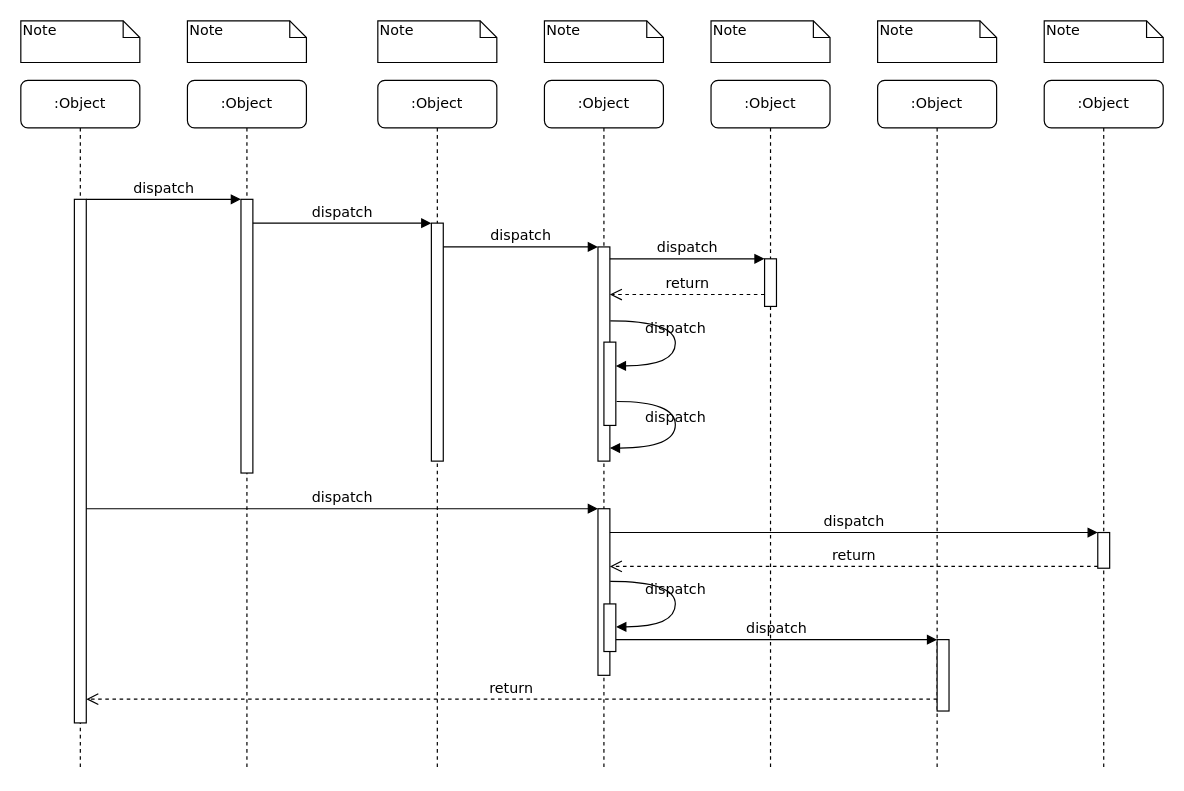
tylermackay96/Coding-Rooms keeps this draw.io diagram as Sequence Diagram.drawio. Above is the earlier version. Source tidied: cells renumbered, new cells numbered last; positions are measured from the earlier drawing's top-left corner, leaving out a move shared by most shapes. Both pictures are drawn from the tidied source at 119%, with x=0, y=0 at pixel (20, 20).
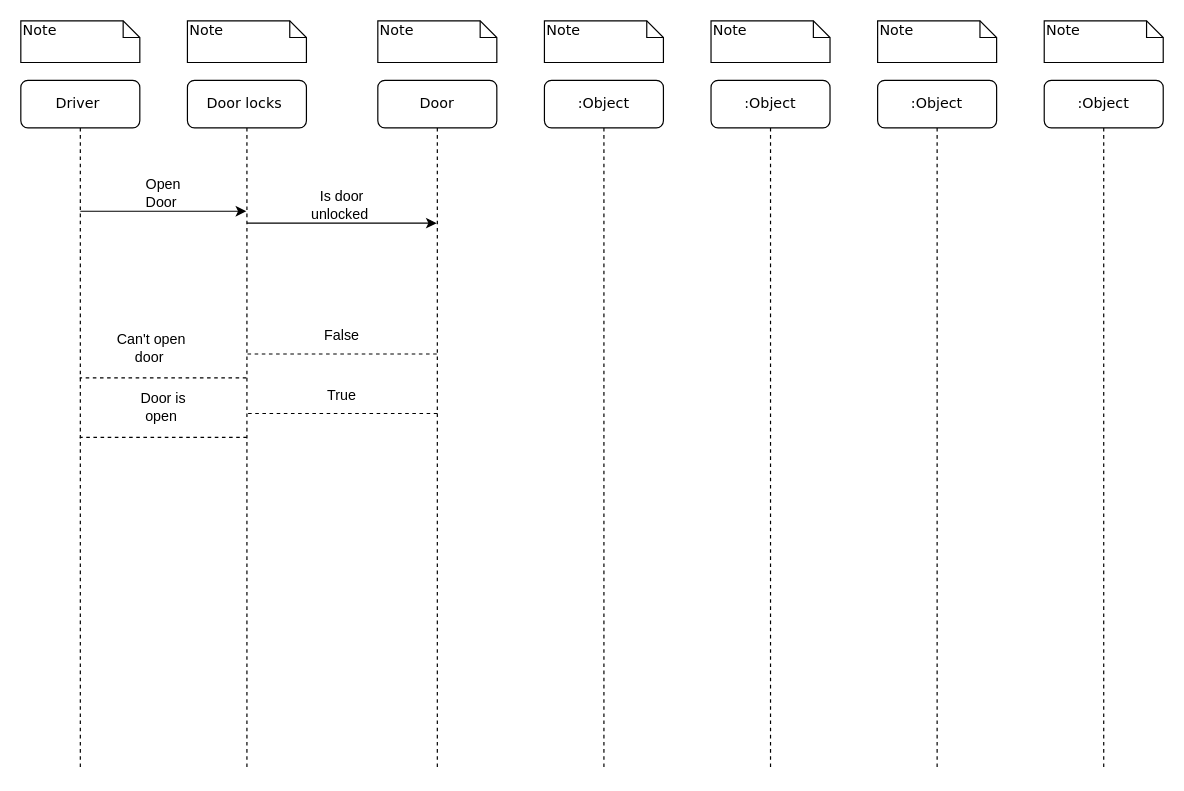
The same diagram, later.

What changed in the source:
```diff
@@
-    <mxCell id="2" value=":Object" style="shape=umlLifeline;perimeter=lifelinePerimeter;whiteSpace=wrap;html=1;outlineConnect=0;rounded=1;shadow=0;comic=0;labelBackgroundColor=none;strokeWidth=1;fontFamily=Verdana;fontSize=12;align=center;" parent="1" vertex="1">
+    <mxCell id="2" value="Door locks&amp;nbsp;" style="shape=umlLifeline;perimeter=lifelinePerimeter;whiteSpace=wrap;html=1;outlineConnect=0;rounded=1;shadow=0;comic=0;labelBackgroundColor=none;strokeWidth=1;fontFamily=Verdana;fontSize=12;align=center;" parent="1" vertex="1">
       <mxGeometry x="140" y="50" width="100" height="580" as="geometry" />
     </mxCell>
-    <mxCell id="3" style="html=1;points=[];perimeter=orthogonalPerimeter;rounded=0;shadow=0;comic=0;labelBackgroundColor=none;strokeWidth=1;fontFamily=Verdana;fontSize=12;align=center;" parent="2" vertex="1">
-      <mxGeometry x="45" y="100" width="10" height="230" as="geometry" />
-    </mxCell>
+    <mxCell id="39" value="Open Door&amp;nbsp;" style="text;html=1;strokeColor=none;fillColor=none;align=center;verticalAlign=middle;whiteSpace=wrap;rounded=0;" parent="2" vertex="1">
+      <mxGeometry x="-50" y="80" width="60" height="30" as="geometry" />
+    </mxCell>
+    <mxCell id="40" value="Door is open&amp;nbsp;" style="text;html=1;strokeColor=none;fillColor=none;align=center;verticalAlign=middle;whiteSpace=wrap;rounded=0;" parent="2" vertex="1">
+      <mxGeometry x="-50" y="260" width="60" height="30" as="geometry" />
+    </mxCell>
-    <mxCell id="4" value=":Object" style="shape=umlLifeline;perimeter=lifelinePerimeter;whiteSpace=wrap;html=1;outlineConnect=0;rounded=1;shadow=0;comic=0;labelBackgroundColor=none;strokeWidth=1;fontFamily=Verdana;fontSize=12;align=center;" parent="1" vertex="1">
+    <mxCell id="4" value="Door" style="shape=umlLifeline;perimeter=lifelinePerimeter;whiteSpace=wrap;html=1;outlineConnect=0;rounded=1;shadow=0;comic=0;labelBackgroundColor=none;strokeWidth=1;fontFamily=Verdana;fontSize=12;align=center;" parent="1" vertex="1">
       <mxGeometry x="300" y="50" width="100" height="580" as="geometry" />
     </mxCell>
-    <mxCell id="5" style="html=1;points=[];perimeter=orthogonalPerimeter;rounded=0;shadow=0;comic=0;labelBackgroundColor=none;strokeWidth=1;fontFamily=Verdana;fontSize=12;align=center;" parent="4" vertex="1">
-      <mxGeometry x="45" y="120" width="10" height="200" as="geometry" />
-    </mxCell>
+    <mxCell id="41" style="endArrow=classic;html=1;rounded=0;" parent="4" edge="1" target="4">
+      <mxGeometry relative="1" as="geometry">
+        <mxPoint x="-110" y="120" as="sourcePoint" />
+      </mxGeometry>
+    </mxCell>
@@
-    <mxCell id="10" value=":Object" style="shape=umlLifeline;perimeter=lifelinePerimeter;whiteSpace=wrap;html=1;outlineConnect=0;rounded=1;shadow=0;comic=0;labelBackgroundColor=none;strokeWidth=1;fontFamily=Verdana;fontSize=12;align=center;" parent="1" vertex="1">
+    <mxCell id="10" value="Driver&amp;nbsp;" style="shape=umlLifeline;perimeter=lifelinePerimeter;whiteSpace=wrap;html=1;outlineConnect=0;rounded=1;shadow=0;comic=0;labelBackgroundColor=none;strokeWidth=1;fontFamily=Verdana;fontSize=12;align=center;" parent="1" vertex="1">
       <mxGeometry y="50" width="100" height="580" as="geometry" />
     </mxCell>
-    <mxCell id="11" style="html=1;points=[];perimeter=orthogonalPerimeter;rounded=0;shadow=0;comic=0;labelBackgroundColor=none;strokeWidth=1;fontFamily=Verdana;fontSize=12;align=center;" parent="10" vertex="1">
-      <mxGeometry x="45" y="100" width="10" height="440" as="geometry" />
-    </mxCell>
-    <mxCell id="12" style="html=1;points=[];perimeter=orthogonalPerimeter;rounded=0;shadow=0;comic=0;labelBackgroundColor=none;strokeWidth=1;fontFamily=Verdana;fontSize=12;align=center;" parent="1" vertex="1">
-      <mxGeometry x="485" y="190" width="10" height="180" as="geometry" />
-    </mxCell>
-    <mxCell id="13" value="dispatch" style="html=1;verticalAlign=bottom;endArrow=block;labelBackgroundColor=none;fontFamily=Verdana;fontSize=12;edgeStyle=elbowEdgeStyle;elbow=vertical;" parent="1" edge="1" source="5" target="12">
-      <mxGeometry relative="1" as="geometry">
-        <Array as="points">
-          <mxPoint x="360" y="190" />
-        </Array>
-      </mxGeometry>
-    </mxCell>
-    <mxCell id="14" style="html=1;points=[];perimeter=orthogonalPerimeter;rounded=0;shadow=0;comic=0;labelBackgroundColor=none;strokeWidth=1;fontFamily=Verdana;fontSize=12;align=center;" parent="1" vertex="1">
-      <mxGeometry x="625" y="200" width="10" height="40" as="geometry" />
-    </mxCell>
-    <mxCell id="15" value="dispatch" style="html=1;verticalAlign=bottom;endArrow=block;entryX=0;entryY=0;labelBackgroundColor=none;fontFamily=Verdana;fontSize=12;edgeStyle=elbowEdgeStyle;elbow=vertical;" parent="1" edge="1" source="12" target="14">
-      <mxGeometry relative="1" as="geometry" />
-    </mxCell>
-    <mxCell id="16" value="return" style="html=1;verticalAlign=bottom;endArrow=open;dashed=1;endSize=8;labelBackgroundColor=none;fontFamily=Verdana;fontSize=12;edgeStyle=elbowEdgeStyle;elbow=vertical;" parent="1" edge="1" source="14" target="12">
-      <mxGeometry relative="1" as="geometry">
-        <Array as="points">
-          <mxPoint x="570" y="230" />
-          <mxPoint x="600" y="230" />
-        </Array>
-      </mxGeometry>
-    </mxCell>
-    <mxCell id="17" style="html=1;points=[];perimeter=orthogonalPerimeter;rounded=0;shadow=0;comic=0;labelBackgroundColor=none;strokeWidth=1;fontFamily=Verdana;fontSize=12;align=center;" parent="1" vertex="1">
-      <mxGeometry x="485" y="410" width="10" height="140" as="geometry" />
-    </mxCell>
-    <mxCell id="18" value="dispatch" style="html=1;verticalAlign=bottom;endArrow=block;entryX=0;entryY=0;labelBackgroundColor=none;fontFamily=Verdana;fontSize=12;" parent="1" edge="1" source="11" target="17">
-      <mxGeometry relative="1" as="geometry" />
-    </mxCell>
-    <mxCell id="19" style="html=1;points=[];perimeter=orthogonalPerimeter;rounded=0;shadow=0;comic=0;labelBackgroundColor=none;strokeColor=#000000;strokeWidth=1;fillColor=#FFFFFF;fontFamily=Verdana;fontSize=12;fontColor=#000000;align=center;" parent="1" vertex="1">
-      <mxGeometry x="905" y="430" width="10" height="30" as="geometry" />
-    </mxCell>
-    <mxCell id="20" value="dispatch" style="html=1;verticalAlign=bottom;endArrow=block;entryX=0;entryY=0;labelBackgroundColor=none;fontFamily=Verdana;fontSize=12;" parent="1" edge="1" source="17" target="19">
-      <mxGeometry relative="1" as="geometry" />
-    </mxCell>
-    <mxCell id="21" value="return" style="html=1;verticalAlign=bottom;endArrow=open;dashed=1;endSize=8;exitX=0;exitY=0.95;labelBackgroundColor=none;fontFamily=Verdana;fontSize=12;" parent="1" edge="1" source="19" target="17">
-      <mxGeometry relative="1" as="geometry" />
-    </mxCell>
-    <mxCell id="22" style="html=1;points=[];perimeter=orthogonalPerimeter;rounded=0;shadow=0;comic=0;labelBackgroundColor=none;strokeWidth=1;fontFamily=Verdana;fontSize=12;align=center;" parent="1" vertex="1">
-      <mxGeometry x="770" y="520" width="10" height="60" as="geometry" />
-    </mxCell>
-    <mxCell id="23" value="dispatch" style="html=1;verticalAlign=bottom;endArrow=block;entryX=0;entryY=0;labelBackgroundColor=none;fontFamily=Verdana;fontSize=12;edgeStyle=elbowEdgeStyle;elbow=vertical;" parent="1" edge="1" source="30" target="22">
-      <mxGeometry relative="1" as="geometry" />
-    </mxCell>
-    <mxCell id="24" value="return" style="html=1;verticalAlign=bottom;endArrow=open;dashed=1;endSize=8;labelBackgroundColor=none;fontFamily=Verdana;fontSize=12;edgeStyle=elbowEdgeStyle;elbow=vertical;" parent="1" edge="1" source="22" target="11">
-      <mxGeometry relative="1" as="geometry">
-        <Array as="points">
-          <mxPoint x="470" y="570" />
-        </Array>
-      </mxGeometry>
-    </mxCell>
-    <mxCell id="25" value="dispatch" style="html=1;verticalAlign=bottom;endArrow=block;entryX=0;entryY=0;labelBackgroundColor=none;fontFamily=Verdana;fontSize=12;edgeStyle=elbowEdgeStyle;elbow=vertical;" parent="1" edge="1" source="11" target="3">
-      <mxGeometry relative="1" as="geometry" />
-    </mxCell>
-    <mxCell id="26" value="dispatch" style="html=1;verticalAlign=bottom;endArrow=block;entryX=0;entryY=0;labelBackgroundColor=none;fontFamily=Verdana;fontSize=12;edgeStyle=elbowEdgeStyle;elbow=vertical;" parent="1" edge="1" source="3" target="5">
-      <mxGeometry relative="1" as="geometry" />
-    </mxCell>
-    <mxCell id="27" style="html=1;points=[];perimeter=orthogonalPerimeter;rounded=0;shadow=0;comic=0;labelBackgroundColor=none;strokeWidth=1;fontFamily=Verdana;fontSize=12;align=center;" parent="1" vertex="1">
-      <mxGeometry x="490" y="270" width="10" height="70" as="geometry" />
-    </mxCell>
-    <mxCell id="28" value="dispatch" style="html=1;verticalAlign=bottom;endArrow=block;labelBackgroundColor=none;fontFamily=Verdana;fontSize=12;elbow=vertical;edgeStyle=orthogonalEdgeStyle;curved=1;entryX=1;entryY=0.286;entryPerimeter=0;exitX=1.038;exitY=0.345;exitPerimeter=0;" parent="1" edge="1" source="12" target="27">
-      <mxGeometry relative="1" as="geometry">
-        <Array as="points">
-          <mxPoint x="550" y="252" />
-          <mxPoint x="550" y="290" />
-        </Array>
-      </mxGeometry>
-    </mxCell>
-    <mxCell id="29" value="dispatch" style="html=1;verticalAlign=bottom;endArrow=block;labelBackgroundColor=none;fontFamily=Verdana;fontSize=12;elbow=vertical;edgeStyle=orthogonalEdgeStyle;curved=1;exitX=1.066;exitY=0.713;exitPerimeter=0;" parent="1" edge="1" source="27">
-      <mxGeometry relative="1" as="geometry">
-        <mxPoint x="495" y="359" as="targetPoint" />
-        <Array as="points">
-          <mxPoint x="550" y="320" />
-          <mxPoint x="550" y="359" />
-        </Array>
-      </mxGeometry>
-    </mxCell>
-    <mxCell id="30" style="html=1;points=[];perimeter=orthogonalPerimeter;rounded=0;shadow=0;comic=0;labelBackgroundColor=none;strokeWidth=1;fontFamily=Verdana;fontSize=12;align=center;" parent="1" vertex="1">
-      <mxGeometry x="490" y="490" width="10" height="40" as="geometry" />
-    </mxCell>
-    <mxCell id="31" value="dispatch" style="html=1;verticalAlign=bottom;endArrow=block;labelBackgroundColor=none;fontFamily=Verdana;fontSize=12;elbow=vertical;edgeStyle=orthogonalEdgeStyle;curved=1;entryX=1;entryY=0.286;entryPerimeter=0;exitX=1.038;exitY=0.345;exitPerimeter=0;" parent="1" edge="1">
-      <mxGeometry relative="1" as="geometry">
-        <mxPoint x="495.3" y="471" as="sourcePoint" />
-        <mxPoint x="500.3" y="509.3" as="targetPoint" />
-        <Array as="points">
-          <mxPoint x="550" y="471" />
-          <mxPoint x="550" y="509" />
-        </Array>
-      </mxGeometry>
-    </mxCell>
+    <mxCell id="42" style="endArrow=classic;html=1;rounded=0;" parent="10" edge="1" target="2">
+      <mxGeometry relative="1" as="geometry">
+        <mxPoint x="50" y="110" as="sourcePoint" />
+      </mxGeometry>
+    </mxCell>
@@
+    <mxCell id="43" value="Is door unlocked&amp;nbsp;" style="text;html=1;strokeColor=none;fillColor=none;align=center;verticalAlign=middle;whiteSpace=wrap;rounded=0;" parent="1" vertex="1">
+      <mxGeometry x="240" y="140" width="60" height="30" as="geometry" />
+    </mxCell>
+    <mxCell id="44" style="endArrow=none;dashed=1;html=1;rounded=0;" parent="1" edge="1" source="4" target="2">
+      <mxGeometry relative="1" as="geometry">
+        <Array as="points">
+          <mxPoint x="290" y="280" />
+        </Array>
+      </mxGeometry>
+    </mxCell>
+    <mxCell id="45" value="False" style="text;html=1;strokeColor=none;fillColor=none;align=center;verticalAlign=middle;whiteSpace=wrap;rounded=0;" parent="1" vertex="1">
+      <mxGeometry x="240" y="250" width="60" height="30" as="geometry" />
+    </mxCell>
+    <mxCell id="46" style="endArrow=none;dashed=1;html=1;rounded=0;" parent="1" edge="1">
+      <mxGeometry relative="1" as="geometry">
+        <mxPoint x="350" y="330" as="sourcePoint" />
+        <mxPoint x="190" y="330" as="targetPoint" />
+        <Array as="points">
+          <mxPoint x="290" y="330" />
+        </Array>
+      </mxGeometry>
+    </mxCell>
+    <mxCell id="47" value="True" style="text;html=1;strokeColor=none;fillColor=none;align=center;verticalAlign=middle;whiteSpace=wrap;rounded=0;" parent="1" vertex="1">
+      <mxGeometry x="240" y="300" width="60" height="30" as="geometry" />
+    </mxCell>
+    <mxCell id="48" style="endArrow=none;dashed=1;html=1;rounded=0;" parent="1" edge="1" source="2" target="10">
+      <mxGeometry relative="1" as="geometry">
+        <Array as="points">
+          <mxPoint x="160" y="300" />
+        </Array>
+      </mxGeometry>
+    </mxCell>
+    <mxCell id="49" value="Can't open door&amp;nbsp;" style="text;html=1;strokeColor=none;fillColor=none;align=center;verticalAlign=middle;whiteSpace=wrap;rounded=0;" parent="1" vertex="1">
+      <mxGeometry x="80" y="260" width="60" height="30" as="geometry" />
+    </mxCell>
+    <mxCell id="50" style="endArrow=none;dashed=1;html=1;rounded=0;" parent="1" edge="1" target="10">
+      <mxGeometry relative="1" as="geometry">
+        <mxPoint x="190" y="350" as="sourcePoint" />
+        <Array as="points">
+          <mxPoint x="160" y="350" />
+        </Array>
+      </mxGeometry>
+    </mxCell>
```
